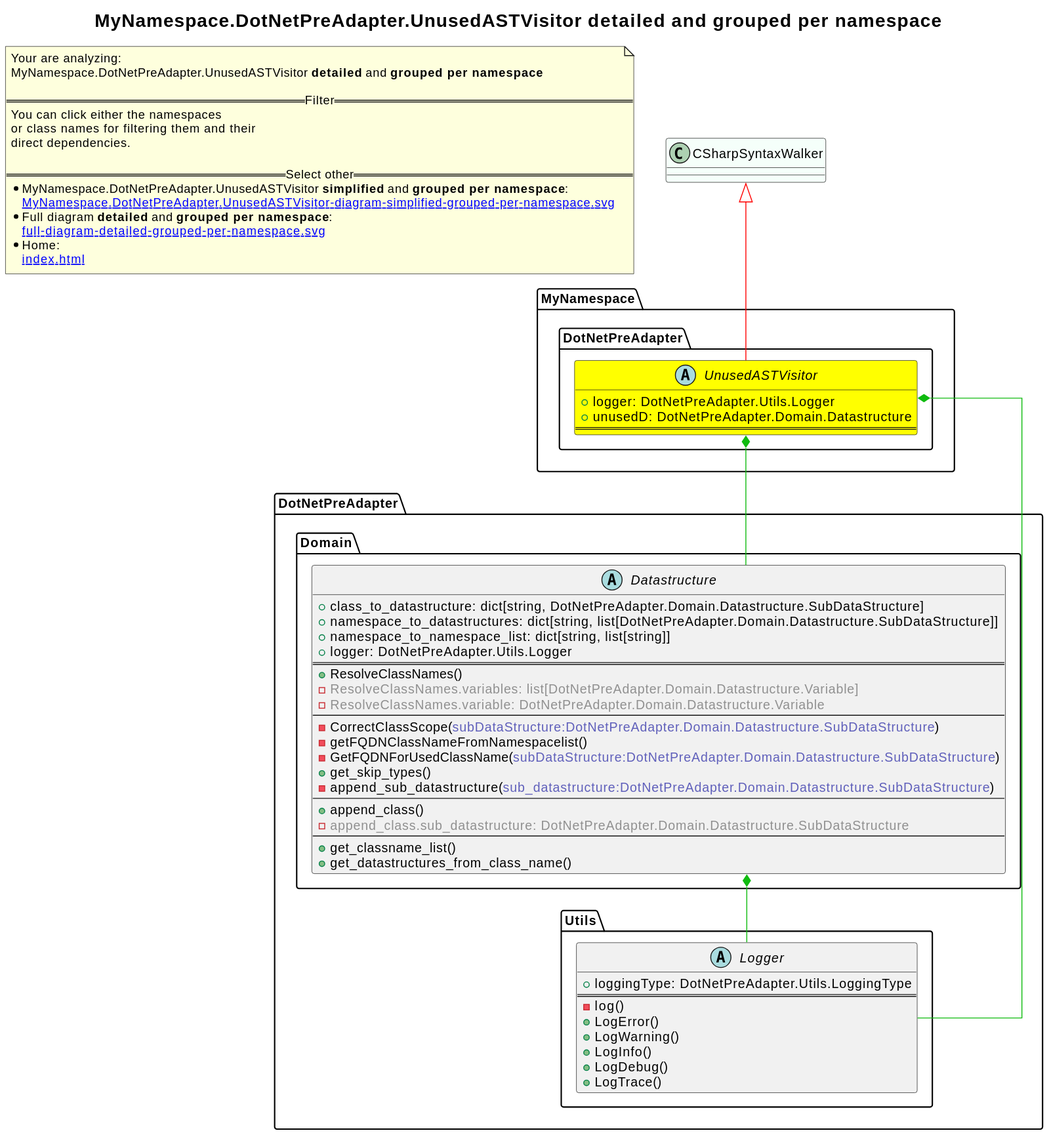
Before: revenger-csharp-adapter.out/MyNamespace.DotNetPreAdapter.UnusedASTVisitor-diagram-detailed-grouped-per-namespace.svg, a diagram exported from PlantUML (2BlackCoffees/revenger). Source of this version:
```plantuml
@startuml
skinparam linetype ortho
title <size:20>MyNamespace.DotNetPreAdapter.UnusedASTVisitor **detailed** and **grouped per namespace**</size>
note "Your are analyzing:\nMyNamespace.DotNetPreAdapter.UnusedASTVisitor **detailed** and **grouped per namespace**\n\n==Filter==\nYou can click either the namespaces \nor class names for filtering them and their\ndirect dependencies.\n\n==Select other==\n* MyNamespace.DotNetPreAdapter.UnusedASTVisitor **simplified** and **grouped per namespace**:\n   [[MyNamespace.DotNetPreAdapter.UnusedASTVisitor-diagram-simplified-grouped-per-namespace.svg]]\n* Full diagram **detailed** and **grouped per namespace**:\n   [[full-diagram-detailed-grouped-per-namespace.svg]]\n* Home:\n   [[index.html]]" as FloatingNote
class CSharpSyntaxWalker [[CSharpSyntaxWalker-diagram-detailed-grouped-per-namespace.svg]] #MintCream {
}
namespace DotNetPreAdapter [[DotNetPreAdapter-diagram-detailed-grouped-per-namespace.svg]] {
namespace DotNetPreAdapter.Domain [[DotNetPreAdapter.Domain-diagram-detailed-grouped-per-namespace.svg]] {
  abstract class DotNetPreAdapter.Domain.Datastructure [[DotNetPreAdapter.Domain.Datastructure-diagram-detailed-grouped-per-namespace.svg]]  {
    + class_to_datastructure: dict[string, DotNetPreAdapter.Domain.Datastructure.SubDataStructure]
    + namespace_to_datastructures: dict[string, list[DotNetPreAdapter.Domain.Datastructure.SubDataStructure]]
    + namespace_to_namespace_list: dict[string, list[string]]
    + logger: DotNetPreAdapter.Utils.Logger
==
    + ResolveClassNames(<font color="6060BB"></font>)
    - <font color="909090">ResolveClassNames.variables: list[DotNetPreAdapter.Domain.Datastructure.Variable]</font>
    - <font color="909090">ResolveClassNames.variable: DotNetPreAdapter.Domain.Datastructure.Variable</font>
--
    - CorrectClassScope(<font color="6060BB">subDataStructure:DotNetPreAdapter.Domain.Datastructure.SubDataStructure</font>)
    - getFQDNClassNameFromNamespacelist(<font color="6060BB"></font>)
    - GetFQDNForUsedClassName(<font color="6060BB">subDataStructure:DotNetPreAdapter.Domain.Datastructure.SubDataStructure</font>)
    + get_skip_types(<font color="6060BB"></font>)
    - append_sub_datastructure(<font color="6060BB">sub_datastructure:DotNetPreAdapter.Domain.Datastructure.SubDataStructure</font>)
--
    + append_class(<font color="6060BB"></font>)
    - <font color="909090">append_class.sub_datastructure: DotNetPreAdapter.Domain.Datastructure.SubDataStructure</font>
--
    + get_classname_list(<font color="6060BB"></font>)
    + get_datastructures_from_class_name(<font color="6060BB"></font>)
  }
}
}
namespace DotNetPreAdapter [[DotNetPreAdapter-diagram-detailed-grouped-per-namespace.svg]] {
namespace DotNetPreAdapter.Utils [[DotNetPreAdapter.Utils-diagram-detailed-grouped-per-namespace.svg]] {
  abstract class DotNetPreAdapter.Utils.Logger [[DotNetPreAdapter.Utils.Logger-diagram-detailed-grouped-per-namespace.svg]]  {
    + loggingType: DotNetPreAdapter.Utils.LoggingType
==
    - log(<font color="6060BB"></font>)
    + LogError(<font color="6060BB"></font>)
    + LogWarning(<font color="6060BB"></font>)
    + LogInfo(<font color="6060BB"></font>)
    + LogDebug(<font color="6060BB"></font>)
    + LogTrace(<font color="6060BB"></font>)
  }
}
}
namespace MyNamespace [[MyNamespace-diagram-detailed-grouped-per-namespace.svg]] {
namespace MyNamespace.DotNetPreAdapter [[MyNamespace.DotNetPreAdapter-diagram-detailed-grouped-per-namespace.svg]] {
  abstract class MyNamespace.DotNetPreAdapter.UnusedASTVisitor [[MyNamespace.DotNetPreAdapter.UnusedASTVisitor-diagram-detailed-grouped-per-namespace.svg]] #yellow {
    + logger: DotNetPreAdapter.Utils.Logger
    + unusedD: DotNetPreAdapter.Domain.Datastructure
==
  }
}
}
DotNetPreAdapter.Domain.Datastructure *-[#10BB10]- DotNetPreAdapter.Utils.Logger
CSharpSyntaxWalker <|-[#red]- MyNamespace.DotNetPreAdapter.UnusedASTVisitor
MyNamespace.DotNetPreAdapter.UnusedASTVisitor *-[#10BB10]- DotNetPreAdapter.Utils.Logger
MyNamespace.DotNetPreAdapter.UnusedASTVisitor *-[#10BB10]- DotNetPreAdapter.Domain.Datastructure
@enduml
```
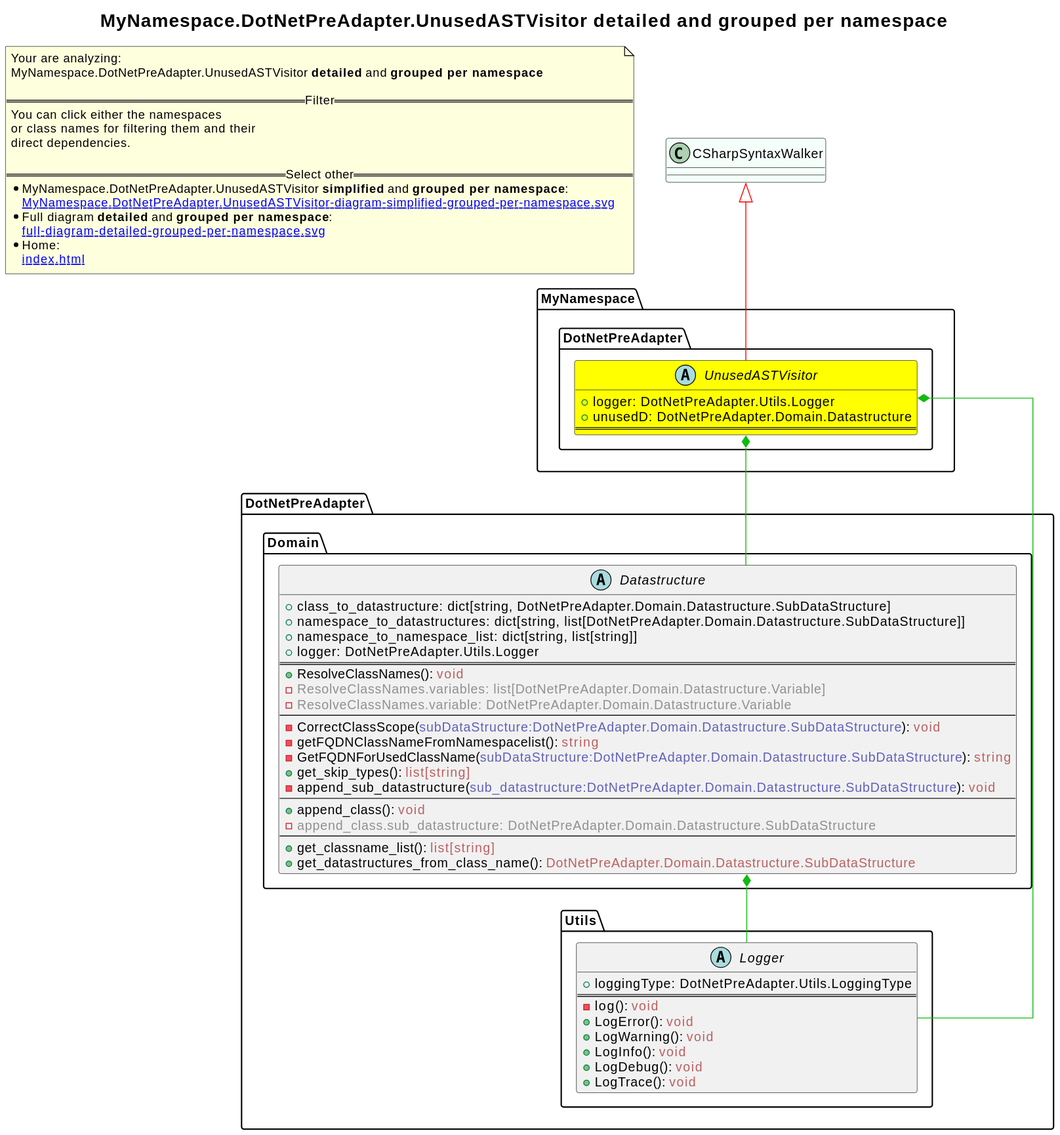
The same diagram one commit later.

What changed in the source:
```diff
@@ -12,21 +12,21 @@
     + namespace_to_namespace_list: dict[string, list[string]]
     + logger: DotNetPreAdapter.Utils.Logger
 ==
-    + ResolveClassNames(<font color="6060BB"></font>)
+    + ResolveClassNames(<font color="6060BB"></font>): <font color="BB6060">void</font>
     - <font color="909090">ResolveClassNames.variables: list[DotNetPreAdapter.Domain.Datastructure.Variable]</font>
     - <font color="909090">ResolveClassNames.variable: DotNetPreAdapter.Domain.Datastructure.Variable</font>
 --
-    - CorrectClassScope(<font color="6060BB">subDataStructure:DotNetPreAdapter.Domain.Datastructure.SubDataStructure</font>)
-    - getFQDNClassNameFromNamespacelist(<font color="6060BB"></font>)
-    - GetFQDNForUsedClassName(<font color="6060BB">subDataStructure:DotNetPreAdapter.Domain.Datastructure.SubDataStructure</font>)
-    + get_skip_types(<font color="6060BB"></font>)
-    - append_sub_datastructure(<font color="6060BB">sub_datastructure:DotNetPreAdapter.Domain.Datastructure.SubDataStructure</font>)
+    - CorrectClassScope(<font color="6060BB">subDataStructure:DotNetPreAdapter.Domain.Datastructure.SubDataStructure</font>): <font color="BB6060">void</font>
+    - getFQDNClassNameFromNamespacelist(<font color="6060BB"></font>): <font color="BB6060">string</font>
+    - GetFQDNForUsedClassName(<font color="6060BB">subDataStructure:DotNetPreAdapter.Domain.Datastructure.SubDataStructure</font>): <font color="BB6060">string</font>
+    + get_skip_types(<font color="6060BB"></font>): <font color="BB6060">list[string]</font>
+    - append_sub_datastructure(<font color="6060BB">sub_datastructure:DotNetPreAdapter.Domain.Datastructure.SubDataStructure</font>): <font color="BB6060">void</font>
 --
-    + append_class(<font color="6060BB"></font>)
+    + append_class(<font color="6060BB"></font>): <font color="BB6060">void</font>
     - <font color="909090">append_class.sub_datastructure: DotNetPreAdapter.Domain.Datastructure.SubDataStructure</font>
 --
-    + get_classname_list(<font color="6060BB"></font>)
-    + get_datastructures_from_class_name(<font color="6060BB"></font>)
+    + get_classname_list(<font color="6060BB"></font>): <font color="BB6060">list[string]</font>
+    + get_datastructures_from_class_name(<font color="6060BB"></font>): <font color="BB6060">DotNetPreAdapter.Domain.Datastructure.SubDataStructure</font>
   }
 }
 }
@@ -35,12 +35,12 @@
   abstract class DotNetPreAdapter.Utils.Logger [[DotNetPreAdapter.Utils.Logger-diagram-detailed-grouped-per-namespace.svg]]  {
     + loggingType: DotNetPreAdapter.Utils.LoggingType
 ==
-    - log(<font color="6060BB"></font>)
-    + LogError(<font color="6060BB"></font>)
-    + LogWarning(<font color="6060BB"></font>)
-    + LogInfo(<font color="6060BB"></font>)
-    + LogDebug(<font color="6060BB"></font>)
-    + LogTrace(<font color="6060BB"></font>)
+    - log(<font color="6060BB"></font>): <font color="BB6060">void</font>
+    + LogError(<font color="6060BB"></font>): <font color="BB6060">void</font>
+    + LogWarning(<font color="6060BB"></font>): <font color="BB6060">void</font>
+    + LogInfo(<font color="6060BB"></font>): <font color="BB6060">void</font>
+    + LogDebug(<font color="6060BB"></font>): <font color="BB6060">void</font>
+    + LogTrace(<font color="6060BB"></font>): <font color="BB6060">void</font>
   }
 }
 }
```
